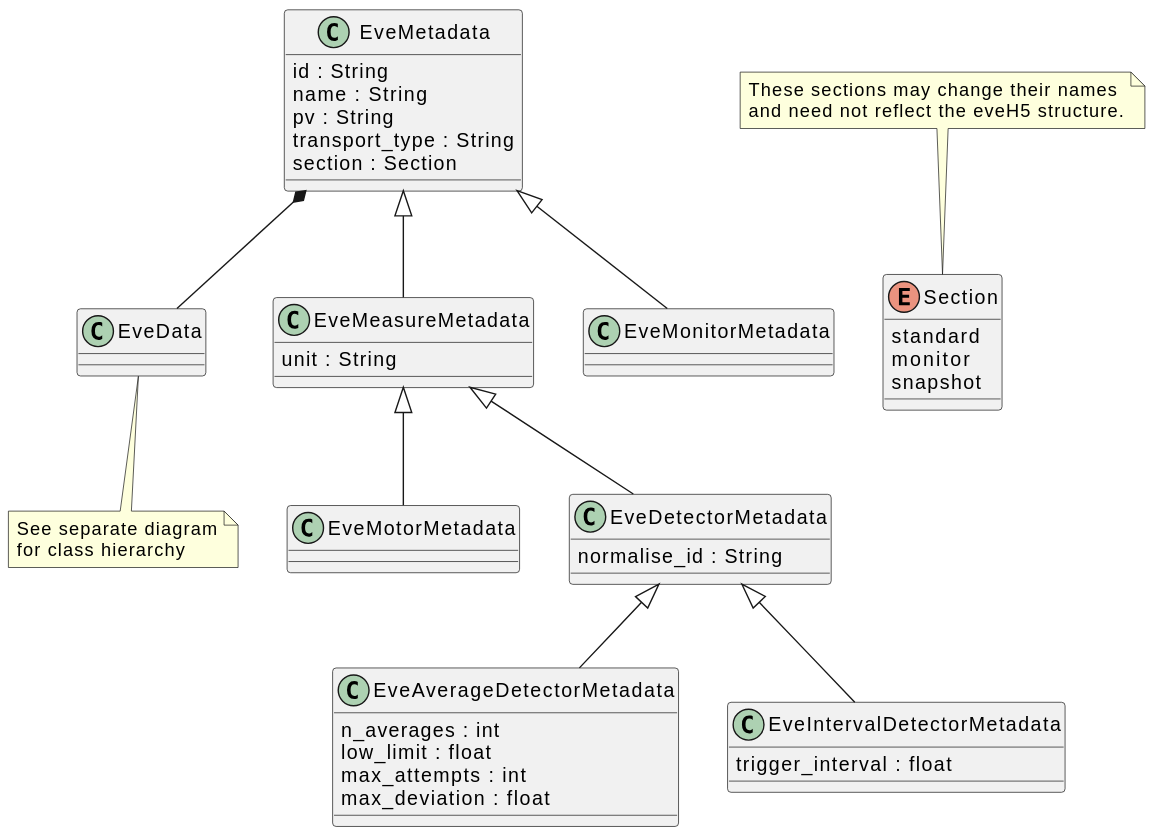
tillbiskup/evedata keeps this PlantUML diagram as docs/uml/evedata.evefile.evemetadata.svg. Above is the earlier version. Its diagram source:
```plantuml
@startuml
class EveMetadata {
    id : String
    name : String
    pv : String
    transport_type : String
    section : Section
}

class EveData {
}
note bottom: See separate diagram\nfor class hierarchy

enum Section {
    standard
    monitor
    snapshot
}
note top: These sections may change their names\nand need not reflect the eveH5 structure.

class EveMeasureMetadata {
    unit : String
}

class EveMonitorMetadata{
}

class EveMotorMetadata {
}

class EveDetectorMetadata {
    normalise_id : String
}

class EveAverageDetectorMetadata {
    n_averages : int
    low_limit : float
    max_attempts : int
    max_deviation : float
}

class EveIntervalDetectorMetadata {
    trigger_interval : float
}

EveMetadata *-- EveData
EveMetadata <|-- EveMeasureMetadata
EveMetadata <|-- EveMonitorMetadata
EveMeasureMetadata <|-- EveDetectorMetadata
EveMeasureMetadata <|-- EveMotorMetadata
EveDetectorMetadata <|-- EveAverageDetectorMetadata
EveDetectorMetadata <|-- EveIntervalDetectorMetadata
@enduml
```
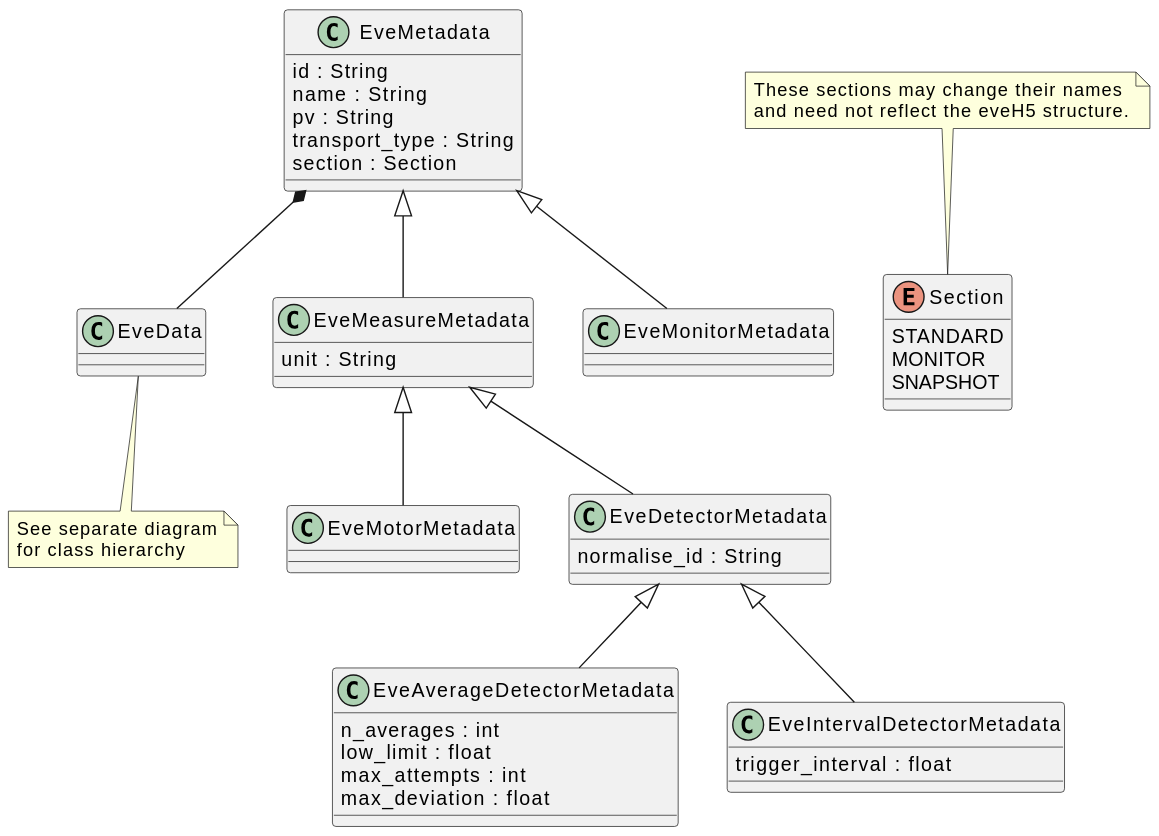
The same diagram one commit later.

What changed in the source:
```diff
@@ -12,9 +12,9 @@
 note bottom: See separate diagram\nfor class hierarchy
 
 enum Section {
-    standard
-    monitor
-    snapshot
+    STANDARD
+    MONITOR
+    SNAPSHOT
 }
 note top: These sections may change their names\nand need not reflect the eveH5 structure.
 
```
